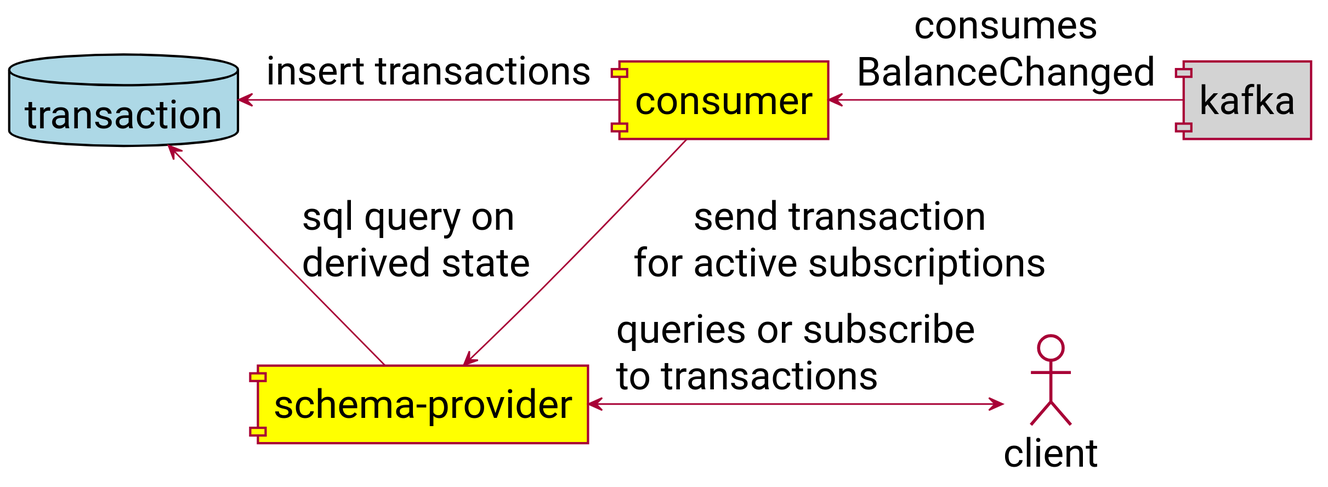
This is docs/transaction-service.svg from openweb-nl/kafka-graphql-examples, a PlantUML export, as it was before one commit.
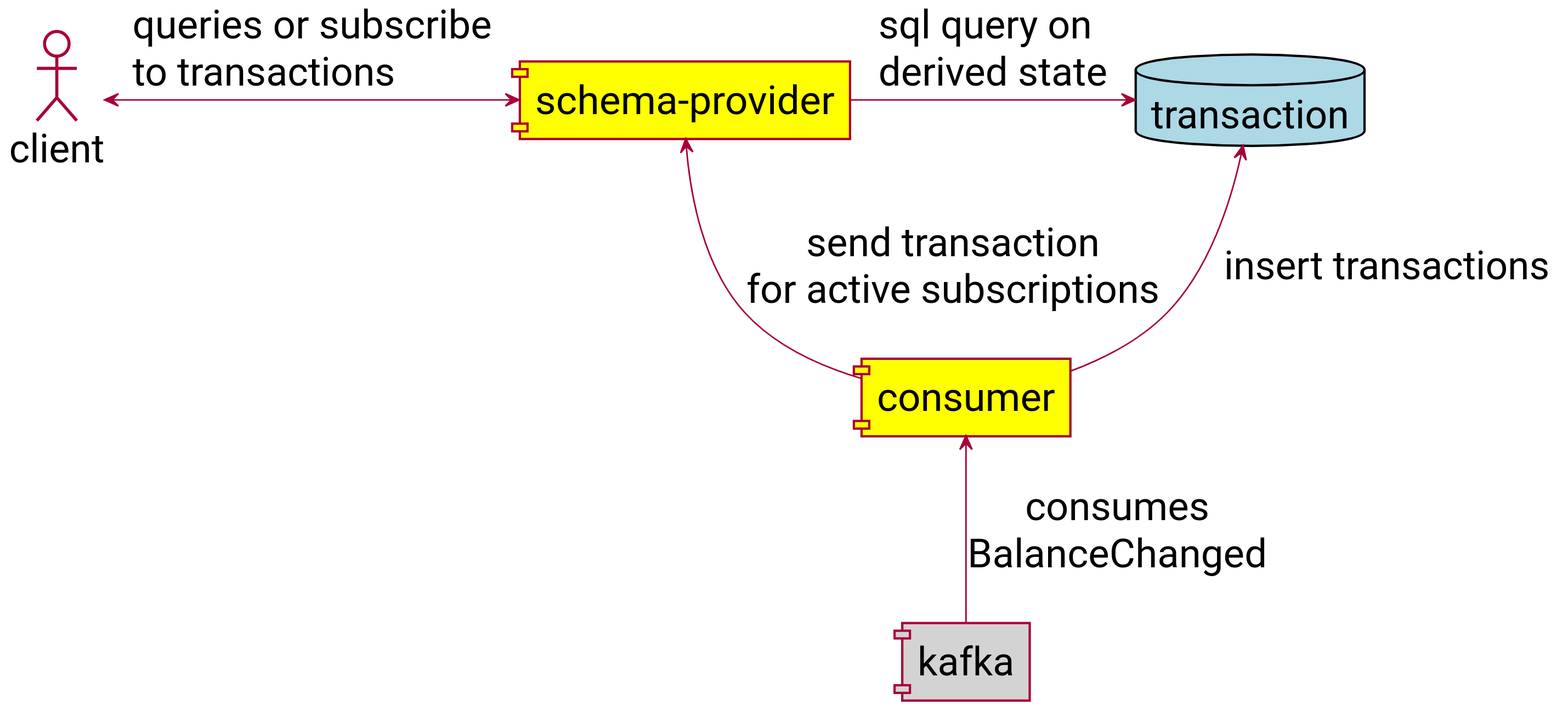
The same file after the commit.

What changed in the source:
```diff
@@ -3,17 +3,16 @@
 skinparam defaultFontName Roboto
 skinparam defaultFontSize 26
 
+actor client as cl #White
 database transaction as tr #LightBlue
 component consumer as c #Yellow
-actor client as cl #White
 component kafka as kc #LightGrey
-
 component "schema-provider" as sp #Yellow
 
-tr <- c :insert transactions
-c <- kc :consumes\nBalanceChanged
-sp <-> cl :queries or subscribe\lto transactions
-tr <-- sp :sql query on\lderived state
+cl <-> sp :queries or subscribe\lto transactions
+sp -> tr :sql query on\lderived state
+tr <-- c :insert transactions
+c <-- kc :consumes\nBalanceChanged
 c --> sp :send transaction\nfor active subscriptions
 
 
```
